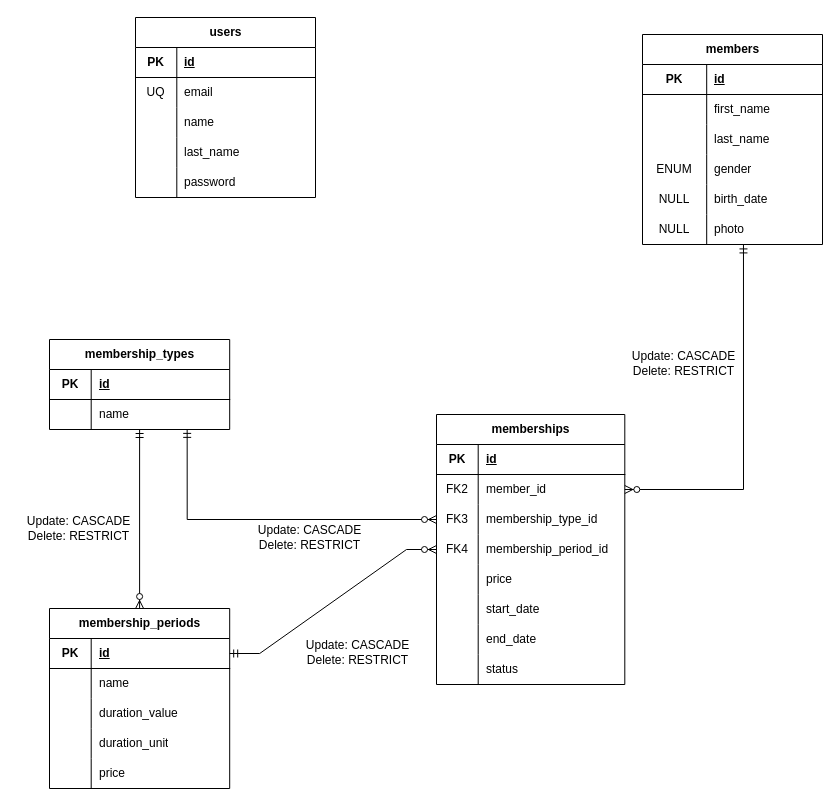
The draw.io diagram docs/logical-design.drawio in hdz-kevin/TecnoGym, before the edit. Source tidied: cells renumbered, new cells numbered last; positions are measured from the earlier drawing's top-left corner, leaving out a move shared by most shapes. Both pictures are drawn from the tidied source at 100%, with x=0, y=0 at pixel (17, 17).
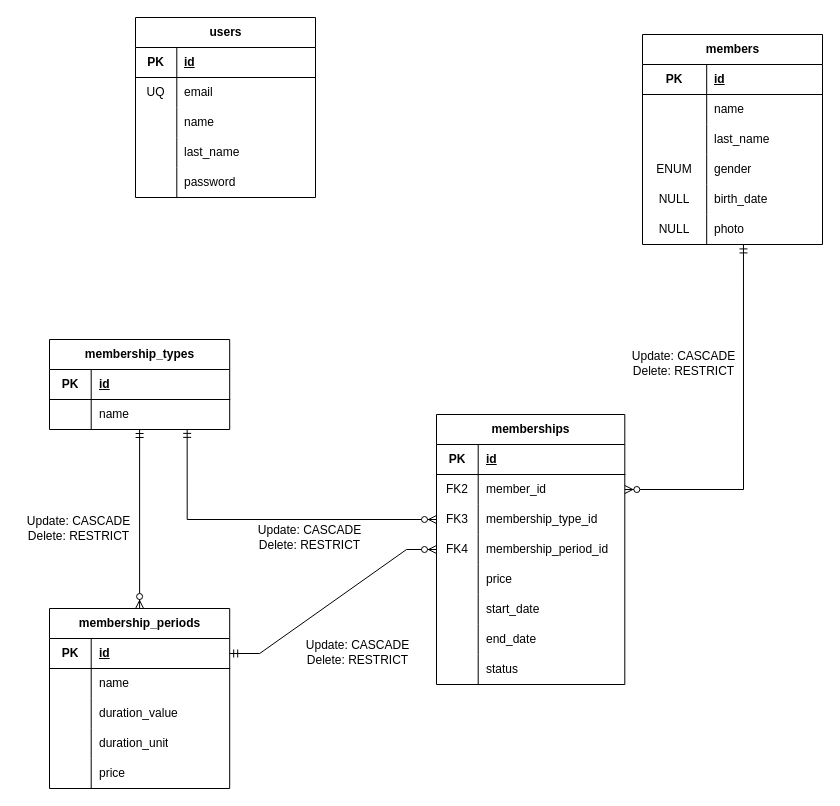
The same page after the edit.

Commit message (it also covers changes not shown here):
first_name to name in Member model & add MemberFactory

Unchanged cells that the change refers to:
```xml
<mxCell id="22" style="shape=tableRow;horizontal=0;startSize=0;swimlaneHead=0;swimlaneBody=0;fillColor=none;top=0;left=0;right=0;bottom=0;" parent="18" vertex="1">
  <mxGeometry y="60" width="180" height="30" as="geometry" />
</mxCell>
```

The edit, as a diff of the source:
```diff
@@
-    <mxCell id="24" value="first_name" style="shape=partialRectangle;fillColor=none;top=0;left=0;bottom=0;right=0;align=left;spacingLeft=6;overflow=hidden;whiteSpace=wrap;html=1;" parent="22" vertex="1">
+    <mxCell id="24" value="name" style="shape=partialRectangle;fillColor=none;top=0;left=0;bottom=0;right=0;align=left;spacingLeft=6;overflow=hidden;whiteSpace=wrap;html=1;" parent="22" vertex="1">
       <mxGeometry x="64.2" width="115.8" height="30" as="geometry" />
     </mxCell>
```
